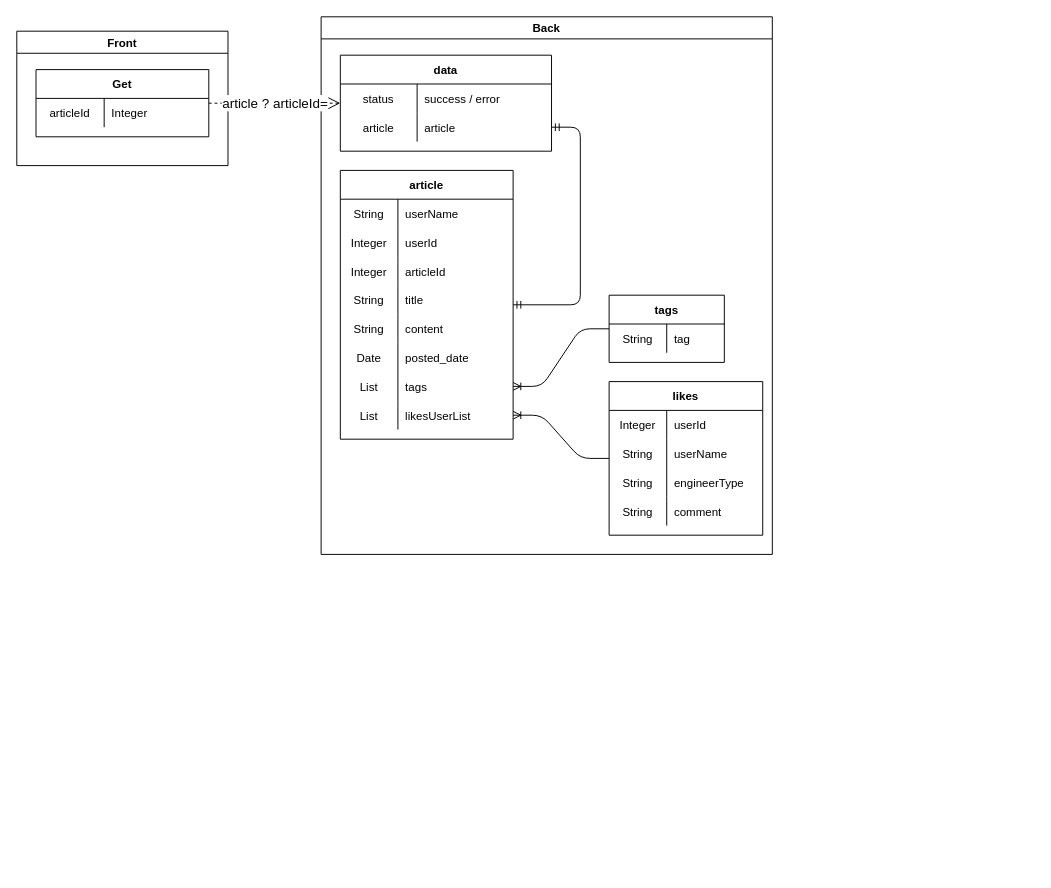
This is page "記事詳細" (5 of 14) of Designs/基本設計.drawio from yusuke-rakus/Qiish, a draw.io file, before an edit. Source tidied: cells renumbered, new cells numbered last; positions are measured from the earlier drawing's top-left corner, leaving out a move shared by most shapes. Both pictures are drawn from the tidied source at 96%, with x=0, y=0 at pixel (16, 16).
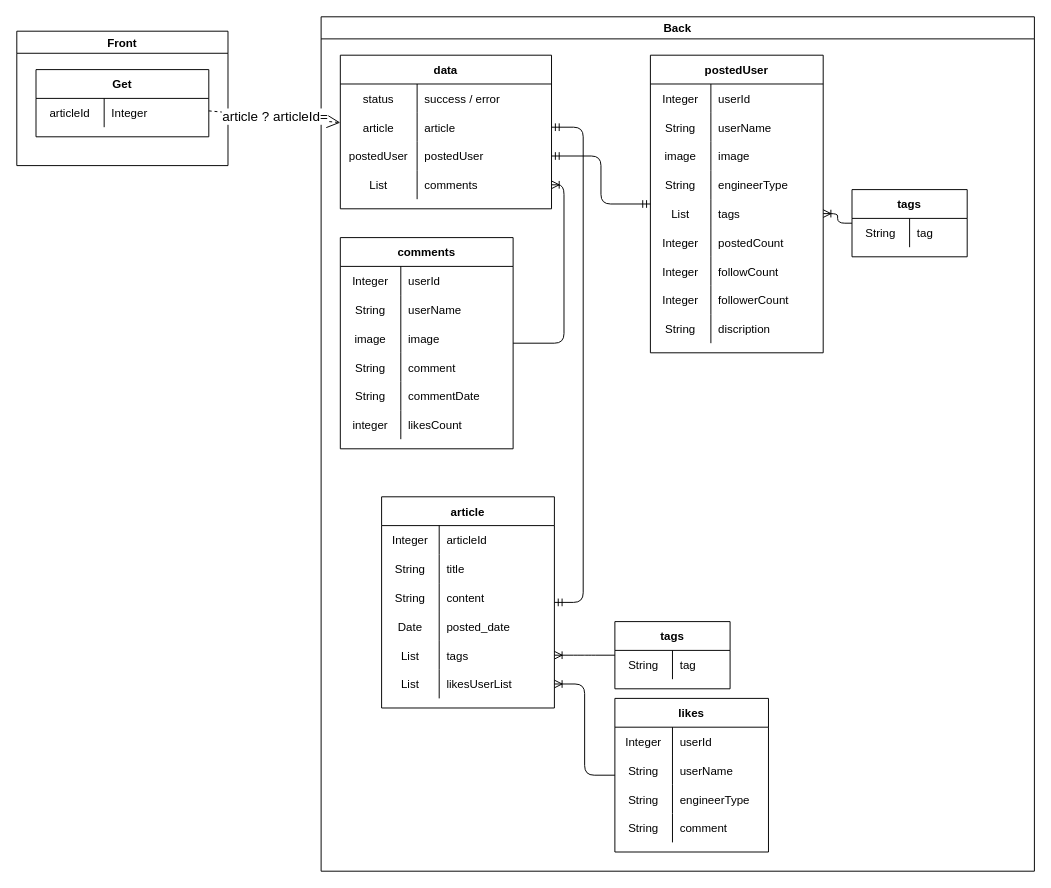
The same page after the edit.

The change refers to these unchanged cells:
```xml
<mxCell id="3" value="Get" style="shape=table;startSize=30;childLayout=tableLayout;rowLines=0;fontStyle=1;align=center;" parent="2" vertex="1">
  <mxGeometry x="20" y="40" width="180" height="70" as="geometry" />
</mxCell>
<mxCell id="12" style="shape=partialRectangle;fillColor=none;top=0;left=0;bottom=0;right=0;points=[[0,0.5],[1,0.5]];portConstraint=eastwest;" parent="8" vertex="1">
  <mxGeometry y="60" width="220" height="30" as="geometry" />
</mxCell>
```

The edit, as a diff of the source:
```diff
@@
     <mxCell id="7" value="Back" style="swimlane;" parent="1" vertex="1">
-      <mxGeometry x="317" width="470" height="560" as="geometry" />
+      <mxGeometry x="317" width="743" height="890" as="geometry" />
     </mxCell>
     <mxCell id="8" value="data" style="shape=table;startSize=30;childLayout=tableLayout;rowLines=0;fontStyle=1;align=center;" parent="7" vertex="1">
-      <mxGeometry x="20" y="40" width="220" height="100" as="geometry" />
+      <mxGeometry x="20" y="40" width="220" height="160" as="geometry" />
     </mxCell>
@@
+    <mxCell id="61" style="shape=partialRectangle;fillColor=none;top=0;left=0;bottom=0;right=0;points=[[0,0.5],[1,0.5]];portConstraint=eastwest;" parent="8" vertex="1">
+      <mxGeometry y="90" width="220" height="30" as="geometry" />
+    </mxCell>
+    <mxCell id="62" value="postedUser" style="shape=partialRectangle;fillColor=none;top=0;left=0;bottom=0;right=0;fontStyle=0;overflow=hidden;" parent="61" vertex="1">
+      <mxGeometry width="80" height="30" as="geometry" />
+    </mxCell>
+    <mxCell id="63" value="postedUser" style="shape=partialRectangle;fillColor=none;top=0;left=0;bottom=0;right=0;align=left;spacingLeft=6;fontStyle=0;overflow=hidden;" parent="61" vertex="1">
+      <mxGeometry x="80" width="140" height="30" as="geometry" />
+    </mxCell>
+    <mxCell id="64" style="shape=partialRectangle;fillColor=none;top=0;left=0;bottom=0;right=0;points=[[0,0.5],[1,0.5]];portConstraint=eastwest;" parent="8" vertex="1">
+      <mxGeometry y="120" width="220" height="30" as="geometry" />
+    </mxCell>
+    <mxCell id="65" value="List" style="shape=partialRectangle;fillColor=none;top=0;left=0;bottom=0;right=0;fontStyle=0;overflow=hidden;" parent="64" vertex="1">
+      <mxGeometry width="80" height="30" as="geometry" />
+    </mxCell>
+    <mxCell id="66" value="comments" style="shape=partialRectangle;fillColor=none;top=0;left=0;bottom=0;right=0;align=left;spacingLeft=6;fontStyle=0;overflow=hidden;" parent="64" vertex="1">
+      <mxGeometry x="80" width="140" height="30" as="geometry" />
+    </mxCell>
+    <mxCell id="67" value="comments" style="shape=table;startSize=30;childLayout=tableLayout;rowLines=0;fontStyle=1;align=center;" parent="7" vertex="1">
+      <mxGeometry x="20" y="230" width="180" height="220" as="geometry" />
+    </mxCell>
+    <mxCell id="68" style="shape=partialRectangle;fillColor=none;top=0;left=0;bottom=0;right=0;" parent="67" vertex="1">
+      <mxGeometry y="30" width="180" height="30" as="geometry" />
+    </mxCell>
+    <mxCell id="69" value="Integer" style="shape=partialRectangle;fillColor=none;top=0;left=0;bottom=0;right=0;overflow=hidden;" parent="68" vertex="1">
+      <mxGeometry width="63" height="30" as="geometry" />
+    </mxCell>
+    <mxCell id="70" value="userId" style="shape=partialRectangle;fillColor=none;top=0;left=0;bottom=0;right=0;align=left;spacingLeft=6;overflow=hidden;" parent="68" vertex="1">
+      <mxGeometry x="63" width="117" height="30" as="geometry" />
+    </mxCell>
+    <mxCell id="71" style="shape=partialRectangle;fillColor=none;top=0;left=0;bottom=0;right=0;" parent="67" vertex="1">
+      <mxGeometry y="60" width="180" height="30" as="geometry" />
+    </mxCell>
+    <mxCell id="72" value="String" style="shape=partialRectangle;fillColor=none;top=0;left=0;bottom=0;right=0;overflow=hidden;" parent="71" vertex="1">
+      <mxGeometry width="63" height="30" as="geometry" />
+    </mxCell>
+    <mxCell id="73" value="userName" style="shape=partialRectangle;fillColor=none;top=0;left=0;bottom=0;right=0;align=left;spacingLeft=6;overflow=hidden;" parent="71" vertex="1">
+      <mxGeometry x="63" width="117" height="30" as="geometry" />
+    </mxCell>
+    <mxCell id="74" style="shape=partialRectangle;fillColor=none;top=0;left=0;bottom=0;right=0;" parent="67" vertex="1">
+      <mxGeometry y="90" width="180" height="30" as="geometry" />
+    </mxCell>
+    <mxCell id="75" value="image" style="shape=partialRectangle;fillColor=none;top=0;left=0;bottom=0;right=0;overflow=hidden;" parent="74" vertex="1">
+      <mxGeometry width="63" height="30" as="geometry" />
+    </mxCell>
+    <mxCell id="76" value="image" style="shape=partialRectangle;fillColor=none;top=0;left=0;bottom=0;right=0;align=left;spacingLeft=6;overflow=hidden;" parent="74" vertex="1">
+      <mxGeometry x="63" width="117" height="30" as="geometry" />
+    </mxCell>
+    <mxCell id="77" style="shape=partialRectangle;fillColor=none;top=0;left=0;bottom=0;right=0;" parent="67" vertex="1">
+      <mxGeometry y="120" width="180" height="30" as="geometry" />
+    </mxCell>
+    <mxCell id="78" value="String" style="shape=partialRectangle;fillColor=none;top=0;left=0;bottom=0;right=0;overflow=hidden;" parent="77" vertex="1">
+      <mxGeometry width="63" height="30" as="geometry" />
+    </mxCell>
+    <mxCell id="79" value="comment" style="shape=partialRectangle;fillColor=none;top=0;left=0;bottom=0;right=0;align=left;spacingLeft=6;overflow=hidden;" parent="77" vertex="1">
+      <mxGeometry x="63" width="117" height="30" as="geometry" />
+    </mxCell>
+    <mxCell id="80" style="shape=partialRectangle;fillColor=none;top=0;left=0;bottom=0;right=0;" parent="67" vertex="1">
+      <mxGeometry y="150" width="180" height="30" as="geometry" />
+    </mxCell>
+    <mxCell id="81" value="String" style="shape=partialRectangle;fillColor=none;top=0;left=0;bottom=0;right=0;overflow=hidden;" parent="80" vertex="1">
+      <mxGeometry width="63" height="30" as="geometry" />
+    </mxCell>
+    <mxCell id="82" value="commentDate" style="shape=partialRectangle;fillColor=none;top=0;left=0;bottom=0;right=0;align=left;spacingLeft=6;overflow=hidden;" parent="80" vertex="1">
+      <mxGeometry x="63" width="117" height="30" as="geometry" />
+    </mxCell>
+    <mxCell id="83" style="shape=partialRectangle;fillColor=none;top=0;left=0;bottom=0;right=0;" parent="67" vertex="1">
+      <mxGeometry y="180" width="180" height="30" as="geometry" />
+    </mxCell>
+    <mxCell id="84" value="integer" style="shape=partialRectangle;fillColor=none;top=0;left=0;bottom=0;right=0;overflow=hidden;" parent="83" vertex="1">
+      <mxGeometry width="63" height="30" as="geometry" />
+    </mxCell>
+    <mxCell id="85" value="likesCount" style="shape=partialRectangle;fillColor=none;top=0;left=0;bottom=0;right=0;align=left;spacingLeft=6;overflow=hidden;" parent="83" vertex="1">
+      <mxGeometry x="63" width="117" height="30" as="geometry" />
+    </mxCell>
+    <mxCell id="86" style="edgeStyle=orthogonalEdgeStyle;fontSize=12;html=1;endArrow=ERoneToMany;" parent="7" edge="1" source="67" target="64">
+      <mxGeometry relative="1" as="geometry">
+        <Array as="points">
+          <mxPoint x="253" y="340" />
+          <mxPoint x="253" y="175" />
+        </Array>
+      </mxGeometry>
+    </mxCell>
+    <mxCell id="60" value="&lt;font style=&quot;font-size: 14px&quot;&gt;article ? articleId=&lt;br&gt;&lt;/font&gt;" style="endArrow=open;endSize=12;dashed=1;html=1;" parent="1" edge="1" source="3" target="8">
+      <mxGeometry relative="1" as="geometry" />
+    </mxCell>
+    <mxCell id="87" value="postedUser" style="shape=table;startSize=30;childLayout=tableLayout;rowLines=0;fontStyle=1;align=center;" parent="1" vertex="1">
+      <mxGeometry x="660" y="40" width="180" height="310" as="geometry" />
+    </mxCell>
+    <mxCell id="88" style="shape=partialRectangle;fillColor=none;top=0;left=0;bottom=0;right=0;" parent="87" vertex="1">
+      <mxGeometry y="30" width="180" height="30" as="geometry" />
+    </mxCell>
+    <mxCell id="89" value="Integer" style="shape=partialRectangle;fillColor=none;top=0;left=0;bottom=0;right=0;overflow=hidden;" parent="88" vertex="1">
+      <mxGeometry width="63" height="30" as="geometry" />
+    </mxCell>
+    <mxCell id="90" value="userId" style="shape=partialRectangle;fillColor=none;top=0;left=0;bottom=0;right=0;align=left;spacingLeft=6;overflow=hidden;" parent="88" vertex="1">
+      <mxGeometry x="63" width="117" height="30" as="geometry" />
+    </mxCell>
+    <mxCell id="91" style="shape=partialRectangle;fillColor=none;top=0;left=0;bottom=0;right=0;" parent="87" vertex="1">
+      <mxGeometry y="60" width="180" height="30" as="geometry" />
+    </mxCell>
+    <mxCell id="92" value="String" style="shape=partialRectangle;fillColor=none;top=0;left=0;bottom=0;right=0;overflow=hidden;" parent="91" vertex="1">
+      <mxGeometry width="63" height="30" as="geometry" />
+    </mxCell>
+    <mxCell id="93" value="userName" style="shape=partialRectangle;fillColor=none;top=0;left=0;bottom=0;right=0;align=left;spacingLeft=6;overflow=hidden;" parent="91" vertex="1">
+      <mxGeometry x="63" width="117" height="30" as="geometry" />
+    </mxCell>
+    <mxCell id="94" style="shape=partialRectangle;fillColor=none;top=0;left=0;bottom=0;right=0;" parent="87" vertex="1">
+      <mxGeometry y="90" width="180" height="30" as="geometry" />
+    </mxCell>
+    <mxCell id="95" value="image" style="shape=partialRectangle;fillColor=none;top=0;left=0;bottom=0;right=0;overflow=hidden;" parent="94" vertex="1">
+      <mxGeometry width="63" height="30" as="geometry" />
+    </mxCell>
+    <mxCell id="96" value="image" style="shape=partialRectangle;fillColor=none;top=0;left=0;bottom=0;right=0;align=left;spacingLeft=6;overflow=hidden;" parent="94" vertex="1">
+      <mxGeometry x="63" width="117" height="30" as="geometry" />
+    </mxCell>
+    <mxCell id="97" style="shape=partialRectangle;fillColor=none;top=0;left=0;bottom=0;right=0;" parent="87" vertex="1">
+      <mxGeometry y="120" width="180" height="30" as="geometry" />
+    </mxCell>
+    <mxCell id="98" value="String" style="shape=partialRectangle;fillColor=none;top=0;left=0;bottom=0;right=0;overflow=hidden;" parent="97" vertex="1">
+      <mxGeometry width="63" height="30" as="geometry" />
+    </mxCell>
+    <mxCell id="99" value="engineerType" style="shape=partialRectangle;fillColor=none;top=0;left=0;bottom=0;right=0;align=left;spacingLeft=6;overflow=hidden;" parent="97" vertex="1">
+      <mxGeometry x="63" width="117" height="30" as="geometry" />
+    </mxCell>
+    <mxCell id="100" style="shape=partialRectangle;fillColor=none;top=0;left=0;bottom=0;right=0;points=[[0,0.5],[1,0.5]];portConstraint=eastwest;" parent="87" vertex="1">
+      <mxGeometry y="150" width="180" height="30" as="geometry" />
+    </mxCell>
+    <mxCell id="101" value="List" style="shape=partialRectangle;fillColor=none;top=0;left=0;bottom=0;right=0;overflow=hidden;" parent="100" vertex="1">
+      <mxGeometry width="63" height="30" as="geometry" />
+    </mxCell>
+    <mxCell id="102" value="tags" style="shape=partialRectangle;fillColor=none;top=0;left=0;bottom=0;right=0;align=left;spacingLeft=6;overflow=hidden;" parent="100" vertex="1">
+      <mxGeometry x="63" width="117" height="30" as="geometry" />
+    </mxCell>
+    <mxCell id="103" style="shape=partialRectangle;fillColor=none;top=0;left=0;bottom=0;right=0;" parent="87" vertex="1">
+      <mxGeometry y="180" width="180" height="30" as="geometry" />
+    </mxCell>
+    <mxCell id="104" value="Integer" style="shape=partialRectangle;fillColor=none;top=0;left=0;bottom=0;right=0;overflow=hidden;" parent="103" vertex="1">
+      <mxGeometry width="63" height="30" as="geometry" />
+    </mxCell>
+    <mxCell id="105" value="postedCount " style="shape=partialRectangle;fillColor=none;top=0;left=0;bottom=0;right=0;align=left;spacingLeft=6;overflow=hidden;" parent="103" vertex="1">
+      <mxGeometry x="63" width="117" height="30" as="geometry" />
+    </mxCell>
+    <mxCell id="106" style="shape=partialRectangle;fillColor=none;top=0;left=0;bottom=0;right=0;" parent="87" vertex="1">
+      <mxGeometry y="210" width="180" height="30" as="geometry" />
+    </mxCell>
+    <mxCell id="107" value="Integer" style="shape=partialRectangle;fillColor=none;top=0;left=0;bottom=0;right=0;overflow=hidden;" parent="106" vertex="1">
+      <mxGeometry width="63" height="30" as="geometry" />
+    </mxCell>
+    <mxCell id="108" value="followCount" style="shape=partialRectangle;fillColor=none;top=0;left=0;bottom=0;right=0;align=left;spacingLeft=6;overflow=hidden;" parent="106" vertex="1">
+      <mxGeometry x="63" width="117" height="30" as="geometry" />
+    </mxCell>
+    <mxCell id="109" style="shape=partialRectangle;fillColor=none;top=0;left=0;bottom=0;right=0;" parent="87" vertex="1">
+      <mxGeometry y="240" width="180" height="30" as="geometry" />
+    </mxCell>
+    <mxCell id="110" value="Integer" style="shape=partialRectangle;fillColor=none;top=0;left=0;bottom=0;right=0;overflow=hidden;" parent="109" vertex="1">
+      <mxGeometry width="63" height="30" as="geometry" />
+    </mxCell>
+    <mxCell id="111" value="followerCount" style="shape=partialRectangle;fillColor=none;top=0;left=0;bottom=0;right=0;align=left;spacingLeft=6;overflow=hidden;" parent="109" vertex="1">
+      <mxGeometry x="63" width="117" height="30" as="geometry" />
+    </mxCell>
+    <mxCell id="112" style="shape=partialRectangle;fillColor=none;top=0;left=0;bottom=0;right=0;" parent="87" vertex="1">
+      <mxGeometry y="270" width="180" height="30" as="geometry" />
+    </mxCell>
+    <mxCell id="113" value="String" style="shape=partialRectangle;fillColor=none;top=0;left=0;bottom=0;right=0;overflow=hidden;" parent="112" vertex="1">
+      <mxGeometry width="63" height="30" as="geometry" />
+    </mxCell>
+    <mxCell id="114" value="discription" style="shape=partialRectangle;fillColor=none;top=0;left=0;bottom=0;right=0;align=left;spacingLeft=6;overflow=hidden;" parent="112" vertex="1">
+      <mxGeometry x="63" width="117" height="30" as="geometry" />
+    </mxCell>
+    <mxCell id="115" value="tags" style="shape=table;startSize=30;childLayout=tableLayout;rowLines=0;fontStyle=1;align=center;" parent="1" vertex="1">
+      <mxGeometry x="870" y="180" width="120" height="70" as="geometry" />
+    </mxCell>
+    <mxCell id="116" style="shape=partialRectangle;fillColor=none;top=0;left=0;bottom=0;right=0;" parent="115" vertex="1">
+      <mxGeometry y="30" width="120" height="30" as="geometry" />
+    </mxCell>
+    <mxCell id="17" value="String" style="shape=partialRectangle;fillColor=none;top=0;left=0;bottom=0;right=0;overflow=hidden;" parent="116" vertex="1">
+      <mxGeometry width="60" height="30" as="geometry" />
+    </mxCell>
+    <mxCell id="117" value="tag" style="shape=partialRectangle;fillColor=none;top=0;left=0;bottom=0;right=0;align=left;spacingLeft=6;overflow=hidden;" parent="116" vertex="1">
+      <mxGeometry x="60" width="60" height="30" as="geometry" />
+    </mxCell>
+    <mxCell id="118" style="edgeStyle=orthogonalEdgeStyle;fontSize=12;html=1;endArrow=ERoneToMany;" parent="1" edge="1" source="115" target="100">
+      <mxGeometry relative="1" as="geometry" />
+    </mxCell>
+    <mxCell id="119" style="edgeStyle=orthogonalEdgeStyle;fontSize=12;html=1;endArrow=ERmandOne;startArrow=ERmandOne;" parent="1" edge="1" source="87" target="61">
+      <mxGeometry relative="1" as="geometry" />
+    </mxCell>
-    <mxCell id="15" value="article" style="shape=table;startSize=30;childLayout=tableLayout;rowLines=0;fontStyle=1;align=center;" parent="7" vertex="1">
-      <mxGeometry x="20" y="160" width="180" height="280" as="geometry" />
+    <mxCell id="15" value="article" style="shape=table;startSize=30;childLayout=tableLayout;rowLines=0;fontStyle=1;align=center;" parent="1" vertex="1">
+      <mxGeometry x="380" y="500" width="180" height="220" as="geometry" />
     </mxCell>
-    <mxCell id="16" style="shape=partialRectangle;fillColor=none;top=0;left=0;bottom=0;right=0;" parent="15" vertex="1">
-      <mxGeometry y="30" width="180" height="30" as="geometry" />
-    </mxCell>
-    <mxCell id="17" value="String" style="shape=partialRectangle;fillColor=none;top=0;left=0;bottom=0;right=0;overflow=hidden;" parent="16" vertex="1">
-      <mxGeometry width="60" height="30" as="geometry" />
-    </mxCell>
-    <mxCell id="18" value="userName" style="shape=partialRectangle;fillColor=none;top=0;left=0;bottom=0;right=0;align=left;spacingLeft=6;overflow=hidden;" parent="16" vertex="1">
-      <mxGeometry x="60" width="120" height="30" as="geometry" />
-    </mxCell>
-    <mxCell id="19" style="shape=partialRectangle;fillColor=none;top=0;left=0;bottom=0;right=0;" parent="15" vertex="1">
-      <mxGeometry y="60" width="180" height="30" as="geometry" />
-    </mxCell>
-    <mxCell id="20" value="Integer" style="shape=partialRectangle;fillColor=none;top=0;left=0;bottom=0;right=0;overflow=hidden;" parent="19" vertex="1">
-      <mxGeometry width="60" height="30" as="geometry" />
-    </mxCell>
-    <mxCell id="21" value="userId" style="shape=partialRectangle;fillColor=none;top=0;left=0;bottom=0;right=0;align=left;spacingLeft=6;overflow=hidden;" parent="19" vertex="1">
-      <mxGeometry x="60" width="120" height="30" as="geometry" />
-    </mxCell>
     <mxCell id="22" style="shape=partialRectangle;fillColor=none;top=0;left=0;bottom=0;right=0;" parent="15" vertex="1">
-      <mxGeometry y="90" width="180" height="30" as="geometry" />
+      <mxGeometry y="30" width="180" height="30" as="geometry" />
     </mxCell>
@@
     <mxCell id="25" style="shape=partialRectangle;fillColor=none;top=0;left=0;bottom=0;right=0;" parent="15" vertex="1">
-      <mxGeometry y="120" width="180" height="30" as="geometry" />
+      <mxGeometry y="60" width="180" height="30" as="geometry" />
     </mxCell>
@@
     <mxCell id="28" style="shape=partialRectangle;fillColor=none;top=0;left=0;bottom=0;right=0;" parent="15" vertex="1">
-      <mxGeometry y="150" width="180" height="30" as="geometry" />
+      <mxGeometry y="90" width="180" height="30" as="geometry" />
     </mxCell>
@@
     <mxCell id="31" style="shape=partialRectangle;fillColor=none;top=0;left=0;bottom=0;right=0;" parent="15" vertex="1">
-      <mxGeometry y="180" width="180" height="30" as="geometry" />
+      <mxGeometry y="120" width="180" height="30" as="geometry" />
     </mxCell>
@@
     <mxCell id="34" style="shape=partialRectangle;fillColor=none;top=0;left=0;bottom=0;right=0;points=[[0,0.5],[1,0.5]];portConstraint=eastwest;" parent="15" vertex="1">
-      <mxGeometry y="210" width="180" height="30" as="geometry" />
+      <mxGeometry y="150" width="180" height="30" as="geometry" />
     </mxCell>
@@
     <mxCell id="37" style="shape=partialRectangle;fillColor=none;top=0;left=0;bottom=0;right=0;points=[[0,0.5],[1,0.5]];portConstraint=eastwest;" parent="15" vertex="1">
-      <mxGeometry y="240" width="180" height="30" as="geometry" />
+      <mxGeometry y="180" width="180" height="30" as="geometry" />
     </mxCell>
@@
+    <mxCell id="53" value="tags" style="shape=table;startSize=30;childLayout=tableLayout;rowLines=0;fontStyle=1;align=center;" parent="1" vertex="1">
+      <mxGeometry x="623" y="630" width="120" height="70" as="geometry" />
+    </mxCell>
+    <mxCell id="54" style="shape=partialRectangle;fillColor=none;top=0;left=0;bottom=0;right=0;" parent="53" vertex="1">
+      <mxGeometry y="30" width="120" height="30" as="geometry" />
+    </mxCell>
+    <mxCell id="55" value="String" style="shape=partialRectangle;fillColor=none;top=0;left=0;bottom=0;right=0;overflow=hidden;" parent="54" vertex="1">
+      <mxGeometry width="60" height="30" as="geometry" />
+    </mxCell>
+    <mxCell id="56" value="tag" style="shape=partialRectangle;fillColor=none;top=0;left=0;bottom=0;right=0;align=left;spacingLeft=6;overflow=hidden;" parent="54" vertex="1">
+      <mxGeometry x="60" width="60" height="30" as="geometry" />
+    </mxCell>
-    <mxCell id="40" value="likes" style="shape=table;startSize=30;childLayout=tableLayout;rowLines=0;fontStyle=1;align=center;" parent="7" vertex="1">
-      <mxGeometry x="300" y="380" width="160" height="160" as="geometry" />
+    <mxCell id="40" value="likes" style="shape=table;startSize=30;childLayout=tableLayout;rowLines=0;fontStyle=1;align=center;" parent="1" vertex="1">
+      <mxGeometry x="623" y="710" width="160" height="160" as="geometry" />
     </mxCell>
@@
-    <mxCell id="53" value="tags" style="shape=table;startSize=30;childLayout=tableLayout;rowLines=0;fontStyle=1;align=center;" parent="7" vertex="1">
-      <mxGeometry x="300" y="290" width="120" height="70" as="geometry" />
-    </mxCell>
-    <mxCell id="54" style="shape=partialRectangle;fillColor=none;top=0;left=0;bottom=0;right=0;" parent="53" vertex="1">
-      <mxGeometry y="30" width="120" height="30" as="geometry" />
-    </mxCell>
-    <mxCell id="55" value="String" style="shape=partialRectangle;fillColor=none;top=0;left=0;bottom=0;right=0;overflow=hidden;" parent="54" vertex="1">
-      <mxGeometry width="60" height="30" as="geometry" />
-    </mxCell>
-    <mxCell id="56" value="tag" style="shape=partialRectangle;fillColor=none;top=0;left=0;bottom=0;right=0;align=left;spacingLeft=6;overflow=hidden;" parent="54" vertex="1">
-      <mxGeometry x="60" width="60" height="30" as="geometry" />
-    </mxCell>
-    <mxCell id="57" style="edgeStyle=entityRelationEdgeStyle;fontSize=12;html=1;endArrow=ERmandOne;startArrow=ERmandOne;" parent="7" edge="1" source="15" target="12">
-      <mxGeometry relative="1" as="geometry" />
-    </mxCell>
-    <mxCell id="58" style="edgeStyle=entityRelationEdgeStyle;fontSize=12;html=1;endArrow=ERoneToMany;" parent="7" edge="1" source="53" target="34">
+    <mxCell id="58" style="edgeStyle=entityRelationEdgeStyle;fontSize=12;html=1;endArrow=ERoneToMany;" parent="1" edge="1" source="53" target="34">
       <mxGeometry relative="1" as="geometry" />
     </mxCell>
-    <mxCell id="59" style="edgeStyle=entityRelationEdgeStyle;fontSize=12;html=1;endArrow=ERoneToMany;" parent="7" edge="1" source="40" target="37">
+    <mxCell id="59" style="edgeStyle=orthogonalEdgeStyle;fontSize=12;html=1;endArrow=ERoneToMany;" parent="1" edge="1" source="40" target="37">
       <mxGeometry relative="1" as="geometry" />
     </mxCell>
-    <mxCell id="60" value="&lt;font style=&quot;font-size: 14px&quot;&gt;article ? articleId=&lt;br&gt;&lt;/font&gt;" style="endArrow=open;endSize=12;dashed=1;html=1;" parent="1" edge="1" source="3" target="8">
-      <mxGeometry relative="1" as="geometry" />
-    </mxCell>
+    <mxCell id="57" style="edgeStyle=entityRelationEdgeStyle;fontSize=12;html=1;endArrow=ERmandOne;startArrow=ERmandOne;" parent="1" edge="1" source="15" target="12">
+      <mxGeometry relative="1" as="geometry" />
+    </mxCell>
```
